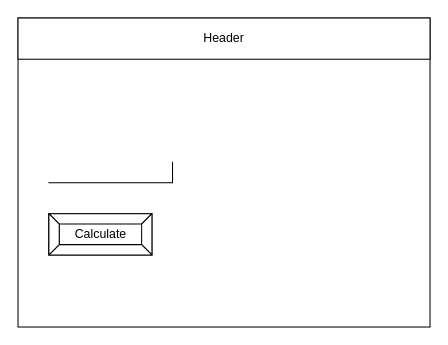
This is design/story-board.drawio from Kenny-Le-281/ICS2O-Unit6-04-JS, a draw.io file, before an edit. Source tidied: cells renumbered, new cells numbered last; positions are measured from the earlier drawing's top-left corner, leaving out a move shared by most shapes. Both pictures are drawn from the tidied source at 103%, with x=0, y=0 at pixel (18, 18).
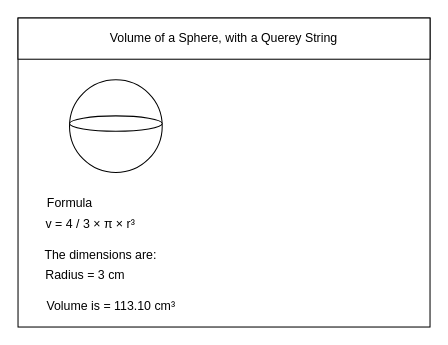
After the change.

The edit, as a diff of the source:
```diff
@@
 <mxGraphModel>
   <root>
     <mxCell id="0" />
     <mxCell id="1" parent="0" />
     <mxCell id="2" style="rounded=0;whiteSpace=wrap;html=1;" parent="1" vertex="1">
       <mxGeometry width="400" height="300" as="geometry" />
     </mxCell>
-    <mxCell id="3" value="Header" style="rounded=0;whiteSpace=wrap;html=1;" parent="1" vertex="1">
+    <mxCell id="3" value="Volume of a Sphere, with a Querey String" style="rounded=0;whiteSpace=wrap;html=1;" parent="1" vertex="1">
       <mxGeometry width="400" height="40" as="geometry" />
     </mxCell>
-    <mxCell id="4" style="shape=partialRectangle;whiteSpace=wrap;html=1;top=0;left=0;fillColor=none;" parent="1" vertex="1">
-      <mxGeometry x="30" y="140" width="120" height="20" as="geometry" />
-    </mxCell>
-    <mxCell id="5" value="Calculate" style="labelPosition=center;verticalLabelPosition=middle;align=center;html=1;shape=mxgraph.basic.button;dx=10;" parent="1" vertex="1">
-      <mxGeometry x="30" y="190" width="100" height="40" as="geometry" />
-    </mxCell>
+    <mxCell id="6" style="ellipse;whiteSpace=wrap;html=1;" parent="1" vertex="1">
+      <mxGeometry x="50" y="60" width="90" height="90" as="geometry" />
+    </mxCell>
+    <mxCell id="7" style="ellipse;whiteSpace=wrap;html=1;" parent="1" vertex="1">
+      <mxGeometry x="50" y="95" width="90" height="15" as="geometry" />
+    </mxCell>
+    <mxCell id="8" value="Formula" style="text;html=1;align=center;verticalAlign=middle;fillColor=none;strokeColor=none;rounded=0;" parent="1" vertex="1">
+      <mxGeometry x="20" y="170" width="60" height="20" as="geometry" />
+    </mxCell>
+    <mxCell id="9" value="v = 4 / 3 × π × r³" style="text;html=1;align=center;verticalAlign=middle;fillColor=none;strokeColor=none;rounded=0;" parent="1" vertex="1">
+      <mxGeometry x="20" y="190" width="100" height="20" as="geometry" />
+    </mxCell>
+    <mxCell id="10" value="The dimensions are:" style="text;html=1;align=center;verticalAlign=middle;fillColor=none;strokeColor=none;rounded=0;" parent="1" vertex="1">
+      <mxGeometry x="20" y="220" width="120" height="20" as="geometry" />
+    </mxCell>
+    <mxCell id="11" value="Radius = 3 cm" style="text;html=1;align=center;verticalAlign=middle;fillColor=none;strokeColor=none;rounded=0;" parent="1" vertex="1">
+      <mxGeometry x="20" y="240" width="90" height="20" as="geometry" />
+    </mxCell>
+    <mxCell id="12" value="Volume is = 113.10 cm³" style="text;html=1;align=center;verticalAlign=middle;fillColor=none;strokeColor=none;rounded=0;" parent="1" vertex="1">
+      <mxGeometry x="20" y="270" width="140" height="20" as="geometry" />
+    </mxCell>
   </root>
 </mxGraphModel>
```
